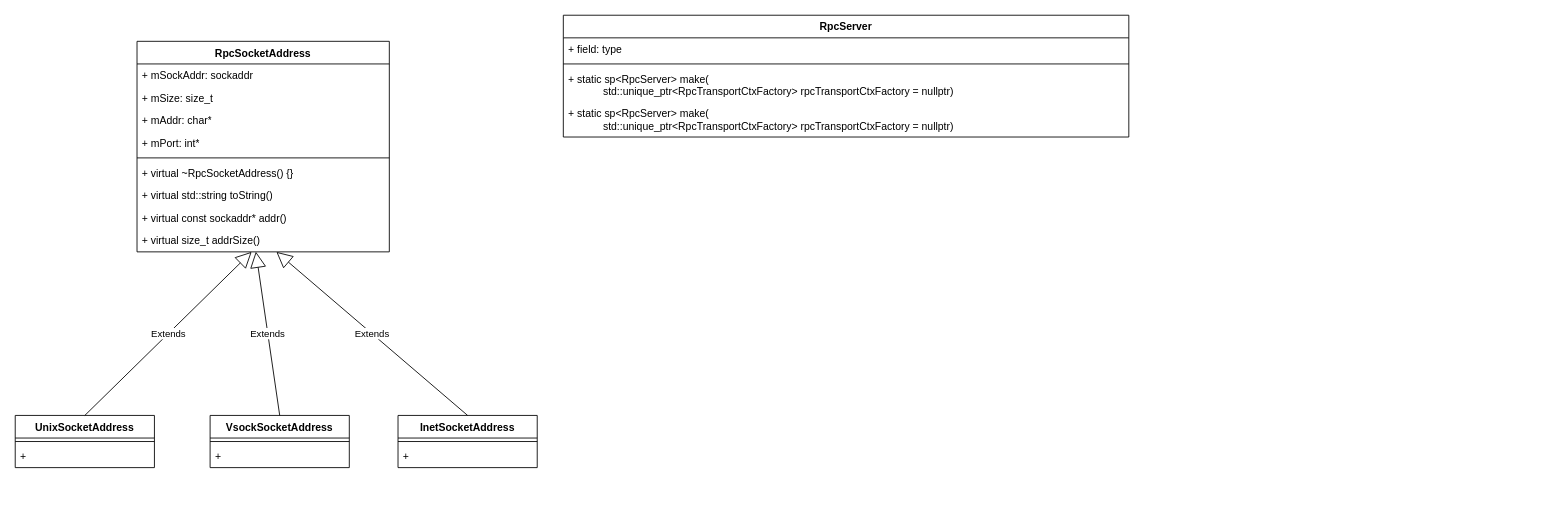
This is 未命名绘图.drawio from RyanHuen/NotionStoredData, a draw.io file, before an edit. Source tidied: cells renumbered, new cells numbered last; positions are measured from the earlier drawing's top-left corner, leaving out a move shared by most shapes. Both pictures are drawn from the tidied source at 87%, with x=0, y=0 at pixel (15, 15).
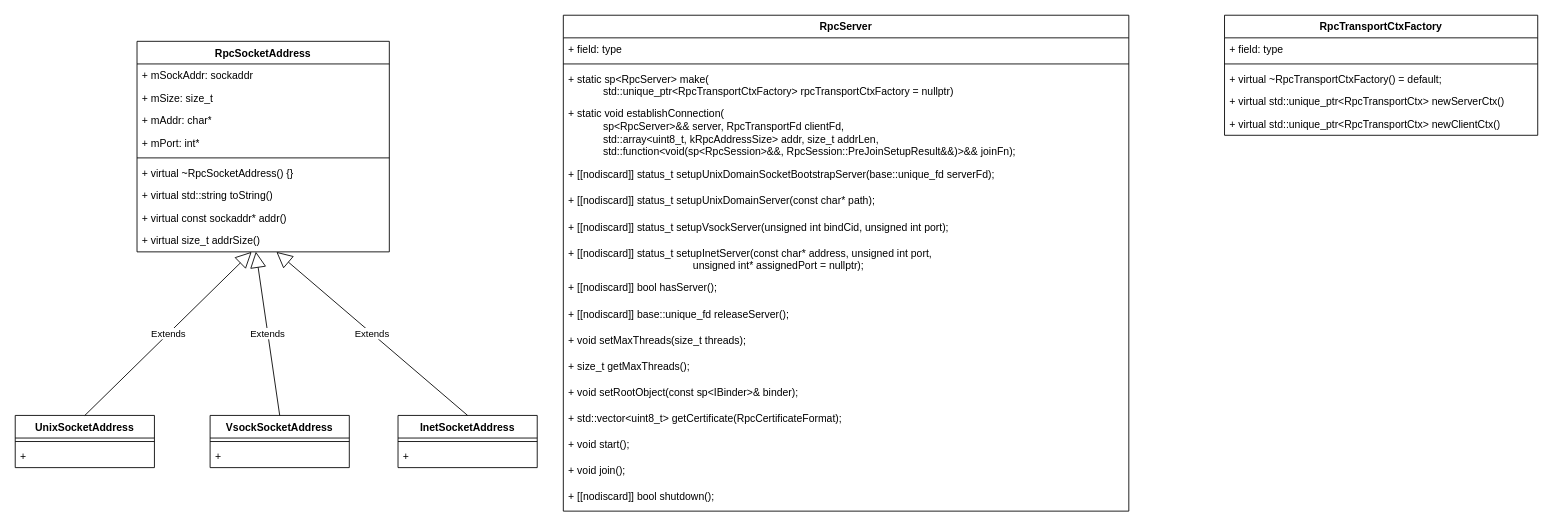
After the change.

Commit message (it also covers changes not shown here):
更新未命名绘图.drawio

The edit, as a diff of the source:
```diff
@@
     <mxCell id="24" value="RpcServer" style="swimlane;fontStyle=1;align=center;verticalAlign=top;horizontal=1;startSize=26;whiteSpace=wrap;html=1;" parent="1" vertex="1">
-      <mxGeometry x="630" width="650" height="140" as="geometry" />
+      <mxGeometry x="630" width="650" height="570" as="geometry" />
     </mxCell>
@@
-    <mxCell id="28" value="+&amp;nbsp;&lt;span style=&quot;background-color: initial;&quot;&gt;static sp&amp;lt;RpcServer&amp;gt; make(&lt;/span&gt;&lt;div&gt;&amp;nbsp; &amp;nbsp; &amp;nbsp; &amp;nbsp; &amp;nbsp; &amp;nbsp; std::unique_ptr&amp;lt;RpcTransportCtxFactory&amp;gt; rpcTransportCtxFactory = nullptr)&lt;/div&gt;" style="text;strokeColor=none;fillColor=none;align=left;verticalAlign=top;spacingLeft=4;spacingRight=4;overflow=hidden;whiteSpace=wrap;html=1;" parent="24" vertex="1">
-      <mxGeometry y="100" width="650" height="40" as="geometry" />
+    <mxCell id="28" value="+&amp;nbsp;&lt;span style=&quot;background-color: initial;&quot;&gt;static void establishConnection(&lt;/span&gt;&lt;div&gt;&amp;nbsp; &amp;nbsp; &amp;nbsp; &amp;nbsp; &amp;nbsp; &amp;nbsp; sp&amp;lt;RpcServer&amp;gt;&amp;amp;&amp;amp; server, RpcTransportFd clientFd,&lt;/div&gt;&lt;div&gt;&amp;nbsp; &amp;nbsp; &amp;nbsp; &amp;nbsp; &amp;nbsp; &amp;nbsp; std::array&amp;lt;uint8_t, kRpcAddressSize&amp;gt; addr, size_t addrLen,&lt;/div&gt;&lt;div&gt;&amp;nbsp; &amp;nbsp; &amp;nbsp; &amp;nbsp; &amp;nbsp; &amp;nbsp; std::function&amp;lt;void(sp&amp;lt;RpcSession&amp;gt;&amp;amp;&amp;amp;, RpcSession::PreJoinSetupResult&amp;amp;&amp;amp;)&amp;gt;&amp;amp;&amp;amp; joinFn);&lt;/div&gt;" style="text;strokeColor=none;fillColor=none;align=left;verticalAlign=top;spacingLeft=4;spacingRight=4;overflow=hidden;whiteSpace=wrap;html=1;" parent="24" vertex="1">
+      <mxGeometry y="100" width="650" height="70" as="geometry" />
     </mxCell>
+    <mxCell id="29" value="+&amp;nbsp;[[nodiscard]] status_t setupUnixDomainSocketBootstrapServer(base::unique_fd serverFd);" style="text;strokeColor=none;fillColor=none;align=left;verticalAlign=top;spacingLeft=4;spacingRight=4;overflow=hidden;whiteSpace=wrap;html=1;" parent="24" vertex="1">
+      <mxGeometry y="170" width="650" height="30" as="geometry" />
+    </mxCell>
+    <mxCell id="30" value="+&amp;nbsp;[[nodiscard]] status_t setupUnixDomainServer(const char* path);" style="text;strokeColor=none;fillColor=none;align=left;verticalAlign=top;spacingLeft=4;spacingRight=4;overflow=hidden;whiteSpace=wrap;html=1;" parent="24" vertex="1">
+      <mxGeometry y="200" width="650" height="30" as="geometry" />
+    </mxCell>
+    <mxCell id="31" value="+&amp;nbsp;[[nodiscard]] status_t setupVsockServer(unsigned int bindCid, unsigned int port);" style="text;strokeColor=none;fillColor=none;align=left;verticalAlign=top;spacingLeft=4;spacingRight=4;overflow=hidden;whiteSpace=wrap;html=1;" parent="24" vertex="1">
+      <mxGeometry y="230" width="650" height="30" as="geometry" />
+    </mxCell>
+    <mxCell id="32" value="+&amp;nbsp;&lt;span style=&quot;background-color: initial;&quot;&gt;[[nodiscard]] status_t setupInetServer(const char* address, unsigned int port,&lt;/span&gt;&lt;div&gt;&amp;nbsp; &amp;nbsp; &amp;nbsp; &amp;nbsp; &amp;nbsp; &amp;nbsp; &amp;nbsp; &amp;nbsp; &amp;nbsp; &amp;nbsp; &amp;nbsp; &amp;nbsp; &amp;nbsp; &amp;nbsp; &amp;nbsp; &amp;nbsp; &amp;nbsp; &amp;nbsp; &amp;nbsp; &amp;nbsp; &amp;nbsp; &amp;nbsp;unsigned int* assignedPort = nullptr);&lt;/div&gt;" style="text;strokeColor=none;fillColor=none;align=left;verticalAlign=top;spacingLeft=4;spacingRight=4;overflow=hidden;whiteSpace=wrap;html=1;" parent="24" vertex="1">
+      <mxGeometry y="260" width="650" height="40" as="geometry" />
+    </mxCell>
+    <mxCell id="33" value="+&amp;nbsp;[[nodiscard]] bool hasServer();" style="text;strokeColor=none;fillColor=none;align=left;verticalAlign=top;spacingLeft=4;spacingRight=4;overflow=hidden;whiteSpace=wrap;html=1;" parent="24" vertex="1">
+      <mxGeometry y="300" width="650" height="30" as="geometry" />
+    </mxCell>
+    <mxCell id="34" value="+&amp;nbsp;[[nodiscard]] base::unique_fd releaseServer();" style="text;strokeColor=none;fillColor=none;align=left;verticalAlign=top;spacingLeft=4;spacingRight=4;overflow=hidden;whiteSpace=wrap;html=1;" parent="24" vertex="1">
+      <mxGeometry y="330" width="650" height="30" as="geometry" />
+    </mxCell>
+    <mxCell id="35" value="+&amp;nbsp;void setMaxThreads(size_t threads);" style="text;strokeColor=none;fillColor=none;align=left;verticalAlign=top;spacingLeft=4;spacingRight=4;overflow=hidden;whiteSpace=wrap;html=1;" parent="24" vertex="1">
+      <mxGeometry y="360" width="650" height="30" as="geometry" />
+    </mxCell>
+    <mxCell id="36" value="+&amp;nbsp;size_t getMaxThreads();" style="text;strokeColor=none;fillColor=none;align=left;verticalAlign=top;spacingLeft=4;spacingRight=4;overflow=hidden;whiteSpace=wrap;html=1;" parent="24" vertex="1">
+      <mxGeometry y="390" width="650" height="30" as="geometry" />
+    </mxCell>
+    <mxCell id="37" value="+&amp;nbsp;void setRootObject(const sp&amp;lt;IBinder&amp;gt;&amp;amp; binder);" style="text;strokeColor=none;fillColor=none;align=left;verticalAlign=top;spacingLeft=4;spacingRight=4;overflow=hidden;whiteSpace=wrap;html=1;" parent="24" vertex="1">
+      <mxGeometry y="420" width="650" height="30" as="geometry" />
+    </mxCell>
+    <mxCell id="38" value="+&amp;nbsp;std::vector&amp;lt;uint8_t&amp;gt; getCertificate(RpcCertificateFormat);" style="text;strokeColor=none;fillColor=none;align=left;verticalAlign=top;spacingLeft=4;spacingRight=4;overflow=hidden;whiteSpace=wrap;html=1;" parent="24" vertex="1">
+      <mxGeometry y="450" width="650" height="30" as="geometry" />
+    </mxCell>
+    <mxCell id="39" value="+&amp;nbsp;void start();" style="text;strokeColor=none;fillColor=none;align=left;verticalAlign=top;spacingLeft=4;spacingRight=4;overflow=hidden;whiteSpace=wrap;html=1;" parent="24" vertex="1">
+      <mxGeometry y="480" width="650" height="30" as="geometry" />
+    </mxCell>
+    <mxCell id="40" value="+&amp;nbsp;void join();" style="text;strokeColor=none;fillColor=none;align=left;verticalAlign=top;spacingLeft=4;spacingRight=4;overflow=hidden;whiteSpace=wrap;html=1;" parent="24" vertex="1">
+      <mxGeometry y="510" width="650" height="30" as="geometry" />
+    </mxCell>
+    <mxCell id="41" value="+&amp;nbsp;[[nodiscard]] bool shutdown();" style="text;strokeColor=none;fillColor=none;align=left;verticalAlign=top;spacingLeft=4;spacingRight=4;overflow=hidden;whiteSpace=wrap;html=1;" parent="24" vertex="1">
+      <mxGeometry y="540" width="650" height="30" as="geometry" />
+    </mxCell>
+    <mxCell id="42" value="RpcTransportCtxFactory" style="swimlane;fontStyle=1;align=center;verticalAlign=top;horizontal=1;startSize=26;whiteSpace=wrap;html=1;" parent="1" vertex="1">
+      <mxGeometry x="1390" width="360" height="138" as="geometry" />
+    </mxCell>
+    <mxCell id="43" value="+ field: type" style="text;strokeColor=none;fillColor=none;align=left;verticalAlign=top;spacingLeft=4;spacingRight=4;overflow=hidden;whiteSpace=wrap;html=1;" parent="42" vertex="1">
+      <mxGeometry y="26" width="360" height="26" as="geometry" />
+    </mxCell>
+    <mxCell id="44" style="line;strokeWidth=1;fillColor=none;align=left;verticalAlign=middle;spacingTop=-1;spacingLeft=3;spacingRight=3;labelPosition=right;strokeColor=inherit;" parent="42" vertex="1">
+      <mxGeometry y="52" width="360" height="8" as="geometry" />
+    </mxCell>
+    <mxCell id="45" value="+ virtual ~RpcTransportCtxFactory() = default;" style="text;strokeColor=none;fillColor=none;align=left;verticalAlign=top;spacingLeft=4;spacingRight=4;overflow=hidden;whiteSpace=wrap;html=1;" parent="42" vertex="1">
+      <mxGeometry y="60" width="360" height="26" as="geometry" />
+    </mxCell>
+    <mxCell id="46" value="+ virtual std::unique_ptr&amp;lt;RpcTransportCtx&amp;gt; newServerCtx()" style="text;strokeColor=none;fillColor=none;align=left;verticalAlign=top;spacingLeft=4;spacingRight=4;overflow=hidden;whiteSpace=wrap;html=1;" parent="42" vertex="1">
+      <mxGeometry y="86" width="360" height="26" as="geometry" />
+    </mxCell>
+    <mxCell id="47" value="+ virtual std::unique_ptr&amp;lt;RpcTransportCtx&amp;gt; newClientCtx()" style="text;strokeColor=none;fillColor=none;align=left;verticalAlign=top;spacingLeft=4;spacingRight=4;overflow=hidden;whiteSpace=wrap;html=1;" parent="42" vertex="1">
+      <mxGeometry y="112" width="360" height="26" as="geometry" />
+    </mxCell>
```
